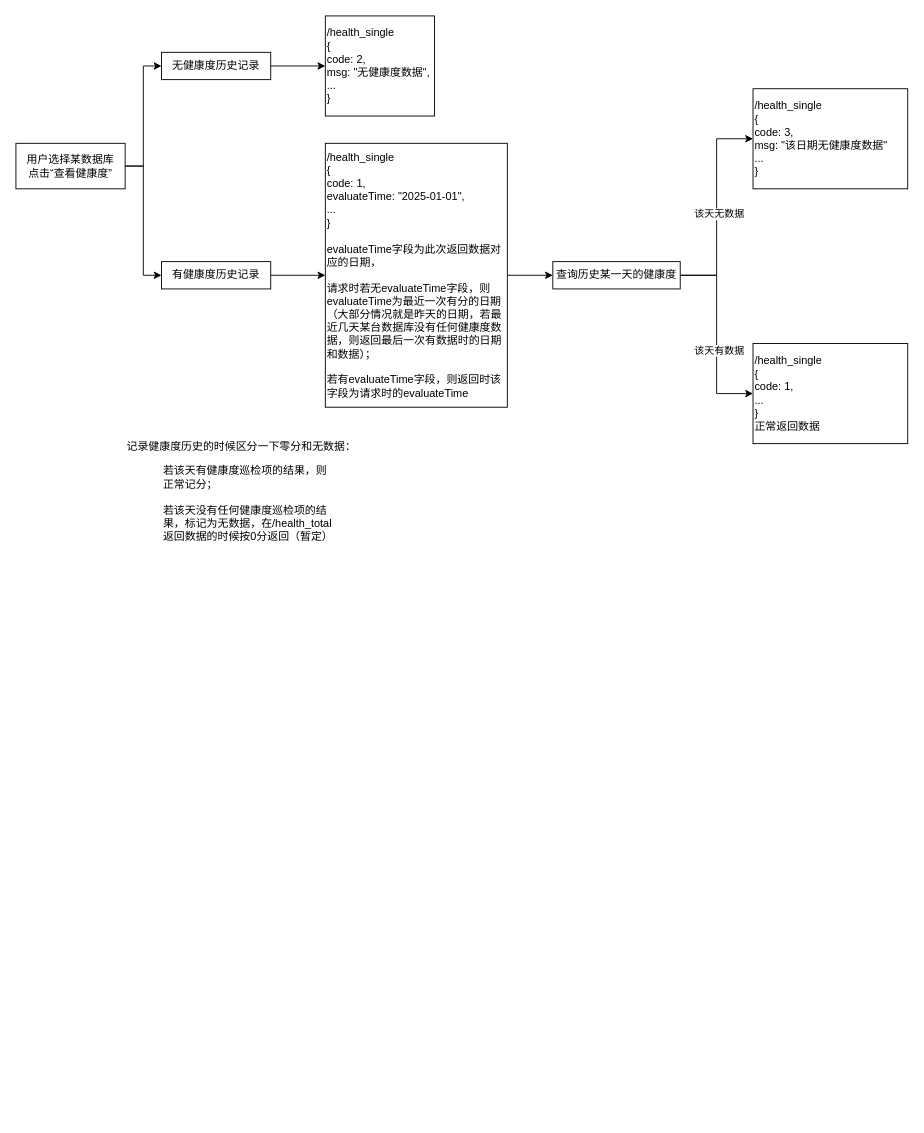
Lee-7723/Git keeps this draw.io diagram as dbi健康度边界情况.drawio. Above is the earlier version. Source tidied: cells renumbered, new cells numbered last; positions are measured from the earlier drawing's top-left corner, leaving out a move shared by most shapes. Both pictures are drawn from the tidied source at 91%, with x=0, y=0 at pixel (15, 15).
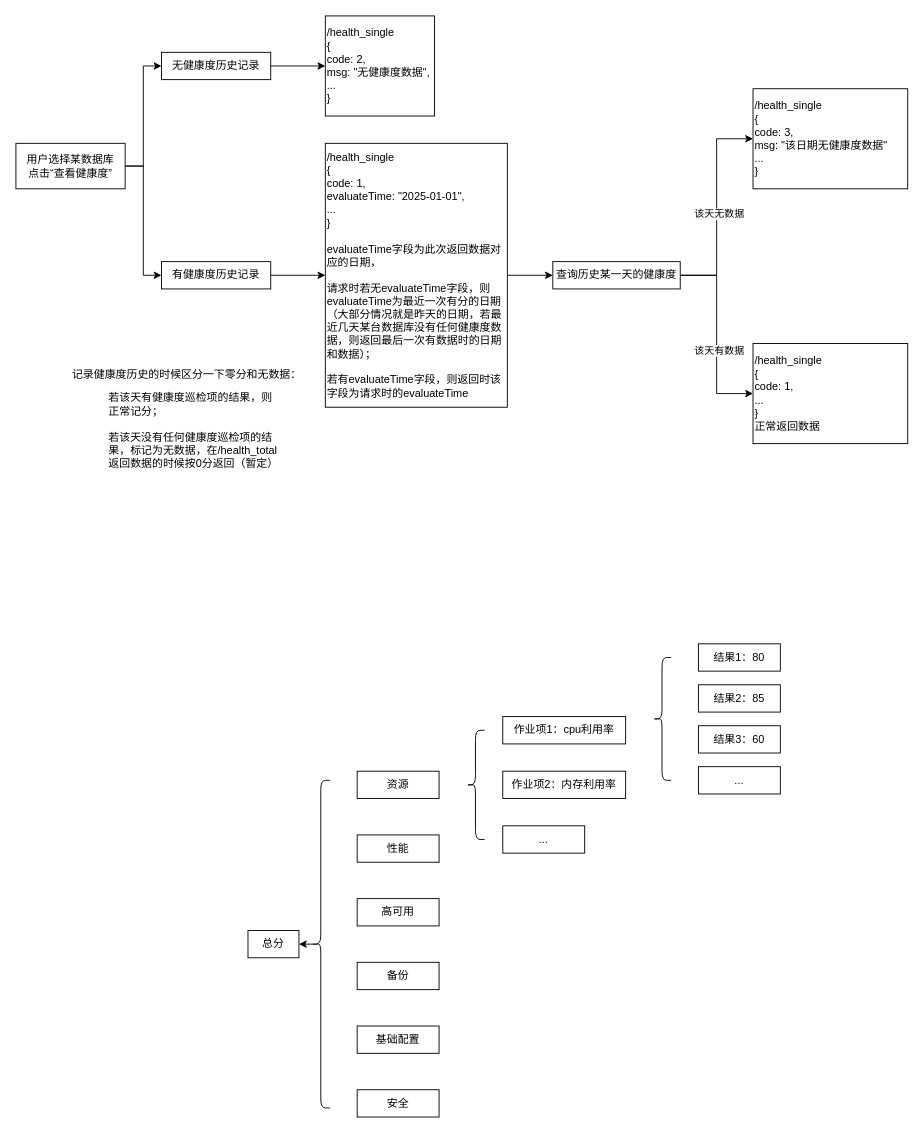
After the change.

Commit message:
更新dbi健康度边界情况.drawio

Change to the diagram source:
```diff
@@
     <mxCell id="19" value="&lt;div&gt;记录健康度历史的时候区分一下零分和无数据：&lt;/div&gt;&lt;blockquote&gt;&lt;div&gt;若该天有健康度巡检项的结果，则正常记分；&lt;/div&gt;&lt;div&gt;&lt;br&gt;&lt;/div&gt;&lt;div&gt;若该天没有任何健康度巡检项的结果，标记为无数据，在/health_total返回数据的时候按0分返回（暂定）&lt;/div&gt;&lt;/blockquote&gt;" style="text;html=1;whiteSpace=wrap;overflow=hidden;rounded=0;" parent="1" vertex="1">
-      <mxGeometry x="120" y="460" width="270" height="140" as="geometry" />
+      <mxGeometry x="60" y="380" width="270" height="140" as="geometry" />
     </mxCell>
+    <mxCell id="20" value="&lt;div&gt;总分&lt;/div&gt;" style="rounded=0;whiteSpace=wrap;html=1;" parent="1" vertex="1">
+      <mxGeometry x="255" y="1005" width="56" height="30" as="geometry" />
+    </mxCell>
+    <mxCell id="21" style="edgeStyle=orthogonalEdgeStyle;rounded=0;jettySize=auto;html=1;exitX=0.1;exitY=0.5;exitDx=0;exitDy=0;exitPerimeter=0;entryX=1;entryY=0.5;entryDx=0;entryDy=0;" parent="1" edge="1" source="22" target="20">
+      <mxGeometry relative="1" as="geometry" />
+    </mxCell>
+    <mxCell id="22" style="shape=curlyBracket;whiteSpace=wrap;html=1;rounded=1;labelPosition=left;verticalLabelPosition=middle;align=right;verticalAlign=middle;" parent="1" vertex="1">
+      <mxGeometry x="325" y="840" width="20" height="360" as="geometry" />
+    </mxCell>
+    <mxCell id="23" value="资源" style="rounded=0;whiteSpace=wrap;html=1;" parent="1" vertex="1">
+      <mxGeometry x="375" y="830" width="90" height="30" as="geometry" />
+    </mxCell>
+    <mxCell id="24" value="性能" style="rounded=0;whiteSpace=wrap;html=1;" parent="1" vertex="1">
+      <mxGeometry x="375" y="900" width="90" height="30" as="geometry" />
+    </mxCell>
+    <mxCell id="25" value="高可用" style="rounded=0;whiteSpace=wrap;html=1;" parent="1" vertex="1">
+      <mxGeometry x="375" y="970" width="90" height="30" as="geometry" />
+    </mxCell>
+    <mxCell id="26" value="备份" style="rounded=0;whiteSpace=wrap;html=1;" parent="1" vertex="1">
+      <mxGeometry x="375" y="1040" width="90" height="30" as="geometry" />
+    </mxCell>
+    <mxCell id="27" value="基础配置" style="rounded=0;whiteSpace=wrap;html=1;" parent="1" vertex="1">
+      <mxGeometry x="375" y="1110" width="90" height="30" as="geometry" />
+    </mxCell>
+    <mxCell id="28" value="安全" style="rounded=0;whiteSpace=wrap;html=1;" parent="1" vertex="1">
+      <mxGeometry x="375" y="1180" width="90" height="30" as="geometry" />
+    </mxCell>
+    <mxCell id="29" style="shape=curlyBracket;whiteSpace=wrap;html=1;rounded=1;labelPosition=left;verticalLabelPosition=middle;align=right;verticalAlign=middle;" parent="1" vertex="1">
+      <mxGeometry x="495" y="785" width="20" height="120" as="geometry" />
+    </mxCell>
+    <mxCell id="30" value="作业项1：cpu利用率" style="rounded=0;whiteSpace=wrap;html=1;" parent="1" vertex="1">
+      <mxGeometry x="535" y="770" width="135" height="30" as="geometry" />
+    </mxCell>
+    <mxCell id="31" value="作业项2：内存利用率" style="rounded=0;whiteSpace=wrap;html=1;" parent="1" vertex="1">
+      <mxGeometry x="535" y="830" width="135" height="30" as="geometry" />
+    </mxCell>
+    <mxCell id="32" value="&lt;div&gt;...&lt;/div&gt;" style="rounded=0;whiteSpace=wrap;html=1;" parent="1" vertex="1">
+      <mxGeometry x="535" y="890" width="90" height="30" as="geometry" />
+    </mxCell>
+    <mxCell id="33" style="shape=curlyBracket;whiteSpace=wrap;html=1;rounded=1;labelPosition=left;verticalLabelPosition=middle;align=right;verticalAlign=middle;" parent="1" vertex="1">
+      <mxGeometry x="700" y="705" width="20" height="135" as="geometry" />
+    </mxCell>
+    <mxCell id="34" value="结果1：80" style="rounded=0;whiteSpace=wrap;html=1;" parent="1" vertex="1">
+      <mxGeometry x="750" y="690" width="90" height="30" as="geometry" />
+    </mxCell>
+    <mxCell id="35" value="结果2：85" style="rounded=0;whiteSpace=wrap;html=1;" parent="1" vertex="1">
+      <mxGeometry x="750" y="735" width="90" height="30" as="geometry" />
+    </mxCell>
+    <mxCell id="36" value="结果3：60" style="rounded=0;whiteSpace=wrap;html=1;" parent="1" vertex="1">
+      <mxGeometry x="750" y="780" width="90" height="30" as="geometry" />
+    </mxCell>
+    <mxCell id="37" value="..." style="rounded=0;whiteSpace=wrap;html=1;" parent="1" vertex="1">
+      <mxGeometry x="750" y="825" width="90" height="30" as="geometry" />
+    </mxCell>
```
